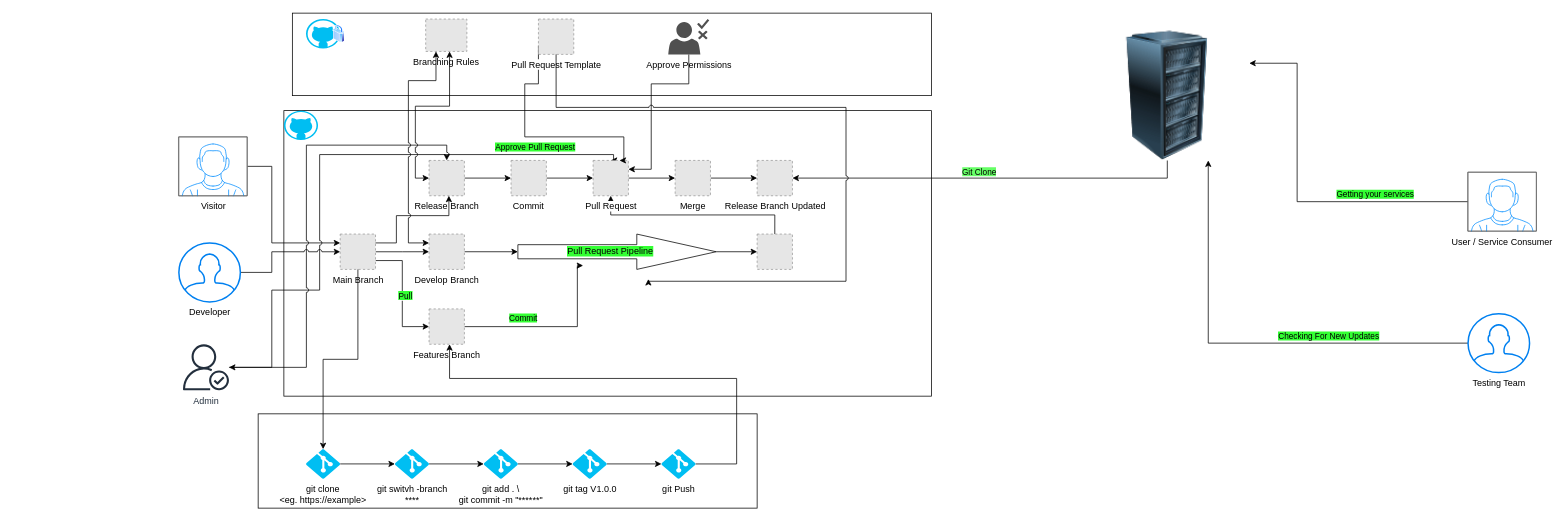
Earlier version of the draw.io diagram TernKey_GitHub.drawio (kir-hakeem/architecture-designs). Source tidied: cells renumbered, new cells numbered last; positions are measured from the earlier drawing's top-left corner, leaving out a move shared by most shapes. Both pictures are drawn from the tidied source at 75%, with x=0, y=0 at pixel (178, 13). Pictures stored in the file or linked from it are replaced by grey dashed boxes.
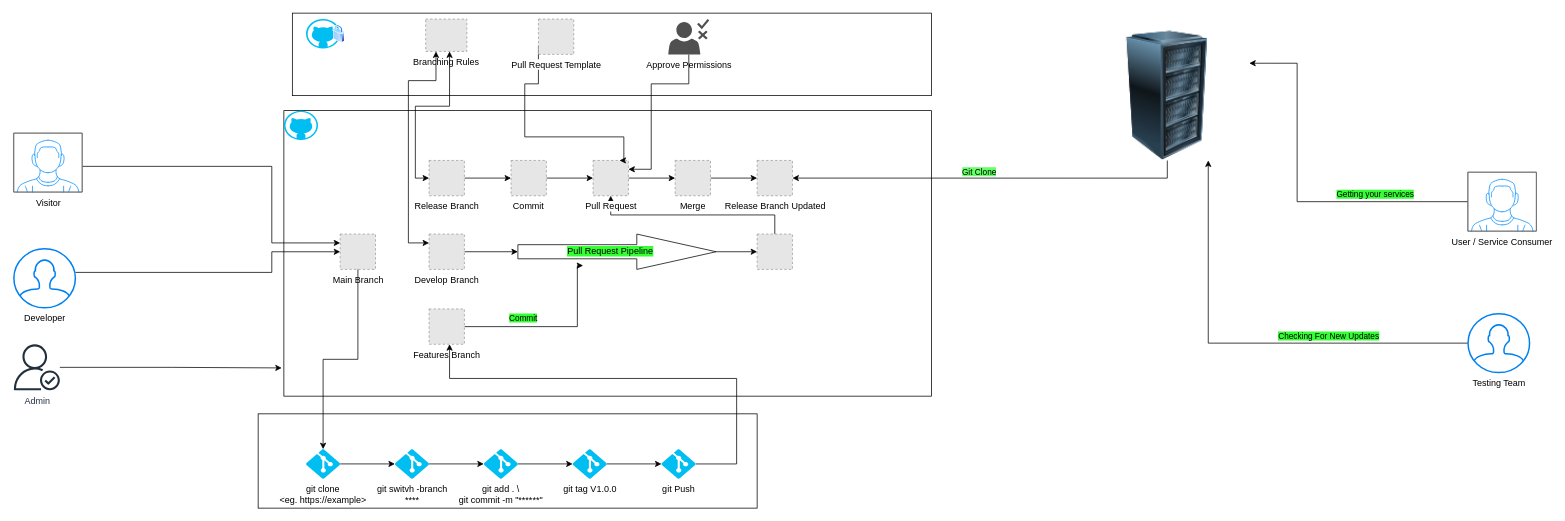
The same diagram, later.

Unchanged cells that the change refers to:
```xml
<mxCell id="2" value="empla" style="rounded=0;whiteSpace=wrap;html=1;fillColor=default;strokeColor=default;perimeterSpacing=2;" parent="1" vertex="1">
  <mxGeometry x="140" y="130" width="863.4" height="380.7" as="geometry" />
</mxCell>
<mxCell id="15" value="Main Branch " style="fillColor=#E6E6E6;strokeColor=#999999;dashed=1;html=1;verticalAlign=top;verticalLabelPosition=bottom;labelBackgroundColor=#ffffff;" parent="1" vertex="1">
  <mxGeometry x="215.1" y="294.6" width="47.1" height="47.1" as="geometry" />
</mxCell>
<mxCell id="17" value="Release Branch" style="fillColor=#E6E6E6;strokeColor=#999999;dashed=1;html=1;verticalAlign=top;verticalLabelPosition=bottom;labelBackgroundColor=#ffffff;" parent="1" vertex="1">
  <mxGeometry x="333.6" y="196.4" width="47.1" height="47.1" as="geometry" />
</mxCell>
<mxCell id="20" value="Develop Branch" style="fillColor=#E6E6E6;strokeColor=#999999;dashed=1;html=1;verticalAlign=top;verticalLabelPosition=bottom;labelBackgroundColor=#ffffff;" parent="1" vertex="1">
  <mxGeometry x="333.6" y="294.6" width="47.1" height="47.1" as="geometry" />
</mxCell>
<mxCell id="23" value="Features Branch" style="fillColor=#E6E6E6;strokeColor=#999999;dashed=1;html=1;verticalAlign=top;verticalLabelPosition=bottom;labelBackgroundColor=#ffffff;" parent="1" vertex="1">
  <mxGeometry x="333.6" y="394.4" width="47.1" height="47.1" as="geometry" />
</mxCell>
<mxCell id="30" value="Pull Request" style="fillColor=#E6E6E6;strokeColor=#999999;dashed=1;html=1;verticalAlign=top;verticalLabelPosition=bottom;labelBackgroundColor=#ffffff;" parent="1" vertex="1">
  <mxGeometry x="552.3" y="196.4" width="47.1" height="47.1" as="geometry" />
</mxCell>
<mxCell id="43" style="shape=singleArrow;whiteSpace=wrap;html=1;arrowWidth=0.4;arrowSize=0.4;verticalAlign=top;labelBackgroundColor=#ffffff;" parent="1" vertex="1">
  <mxGeometry x="452" y="294.6" width="264.3" height="47.1" as="geometry" />
</mxCell>
<mxCell id="52" value="Pull Request Template" style="fillColor=#E6E6E6;strokeColor=#999999;dashed=1;html=1;verticalAlign=top;verticalLabelPosition=bottom;labelBackgroundColor=#ffffff;" parent="1" vertex="1">
  <mxGeometry x="479.4" y="7.9" width="47.1" height="47.1" as="geometry" />
</mxCell>
```

Change to the diagram source:
```diff
@@
     <mxCell id="4" value="&lt;div&gt;Visitor &lt;br&gt;&lt;/div&gt;" style="verticalLabelPosition=bottom;shadow=0;dashed=0;align=center;html=1;verticalAlign=top;strokeWidth=1;shape=mxgraph.mockup.containers.userMale;strokeColor=#666666;strokeColor2=#008cff;" parent="1" vertex="1">
-      <mxGeometry y="165" width="91.1" height="78.6" as="geometry" />
+      <mxGeometry x="-220" y="160" width="91.1" height="78.6" as="geometry" />
     </mxCell>
-    <mxCell id="5" style="edgeStyle=orthogonalEdgeStyle;rounded=0;jettySize=auto;html=1;entryX=0.5;entryY=0;entryDx=0;entryDy=0;jumpStyle=arc;startArrow=classic;startFill=1;endArrow=classic;endFill=1;" parent="1" edge="1" source="8" target="30">
-      <mxGeometry relative="1" as="geometry">
-        <Array as="points">
-          <mxPoint x="123.9" y="472.2" />
-          <mxPoint x="123.9" y="369.3" />
-          <mxPoint x="187.7" y="369.3" />
-          <mxPoint x="187.7" y="188.6" />
-          <mxPoint x="579.6" y="188.6" />
-        </Array>
-      </mxGeometry>
-    </mxCell>
-    <mxCell id="6" value="&lt;div&gt;&lt;span style=&quot;background-color: rgb(51, 255, 51);&quot;&gt;Approve Pull Request&lt;/span&gt;&lt;/div&gt;" style="edgeLabel;html=1;align=center;verticalAlign=middle;" parent="5" vertex="1">
-      <mxGeometry x="0.39" y="-3" relative="1" as="geometry">
-        <mxPoint x="129" y="-13" as="offset" />
-      </mxGeometry>
-    </mxCell>
-    <mxCell id="7" style="edgeStyle=orthogonalEdgeStyle;rounded=0;jettySize=auto;html=1;entryX=0.5;entryY=0;entryDx=0;entryDy=0;jumpStyle=arc;" parent="1" edge="1" source="8" target="17">
-      <mxGeometry relative="1" as="geometry">
-        <Array as="points">
-          <mxPoint x="170" y="472" />
-          <mxPoint x="170" y="176" />
-          <mxPoint x="357" y="176" />
-        </Array>
-      </mxGeometry>
-    </mxCell>
     <mxCell id="8" value="Admin" style="sketch=0;outlineConnect=0;fontColor=#232F3E;gradientColor=none;fillColor=#232F3D;strokeColor=none;dashed=0;verticalLabelPosition=bottom;verticalAlign=top;align=center;html=1;fontSize=12;fontStyle=0;shape=mxgraph.aws4.authenticated_user;" parent="1" vertex="1">
-      <mxGeometry x="5.5" y="441.6" width="61.3" height="61.3" as="geometry" />
+      <mxGeometry x="-220" y="441.6" width="61.3" height="61.3" as="geometry" />
     </mxCell>
@@
     <mxCell id="10" value="&lt;div&gt;Developer&lt;/div&gt;" style="html=1;verticalLabelPosition=bottom;align=center;labelBackgroundColor=#ffffff;verticalAlign=top;strokeWidth=2;strokeColor=#0080F0;shadow=0;dashed=0;shape=mxgraph.ios7.icons.user;" parent="1" vertex="1">
-      <mxGeometry y="306.4" width="82" height="78.6" as="geometry" />
+      <mxGeometry x="-220" y="314.3" width="82" height="78.6" as="geometry" />
     </mxCell>
@@
-    <mxCell id="12" style="edgeStyle=orthogonalEdgeStyle;rounded=0;jettySize=auto;html=1;entryX=0;entryY=0.5;entryDx=0;entryDy=0;" parent="1" edge="1" source="15" target="20">
-      <mxGeometry relative="1" as="geometry" />
-    </mxCell>
-    <mxCell id="13" style="edgeStyle=orthogonalEdgeStyle;rounded=0;jettySize=auto;html=1;exitX=1;exitY=0.75;exitDx=0;exitDy=0;entryX=0;entryY=0.5;entryDx=0;entryDy=0;" parent="1" edge="1" source="15" target="23">
-      <mxGeometry relative="1" as="geometry" />
-    </mxCell>
-    <mxCell id="14" value="&lt;span style=&quot;background-color: rgb(51, 255, 51);&quot;&gt;Pull &lt;/span&gt;" style="edgeLabel;html=1;align=center;verticalAlign=middle;" parent="13" vertex="1">
-      <mxGeometry x="0.03" y="4" relative="1" as="geometry" />
-    </mxCell>
@@
-    <mxCell id="18" style="edgeStyle=orthogonalEdgeStyle;rounded=0;jettySize=auto;html=1;exitX=1;exitY=0.25;exitDx=0;exitDy=0;" parent="1" edge="1" source="15" target="17">
-      <mxGeometry relative="1" as="geometry">
-        <Array as="points">
-          <mxPoint x="290" y="306" />
-          <mxPoint x="290" y="270" />
-          <mxPoint x="360" y="270" />
-        </Array>
-      </mxGeometry>
-    </mxCell>
@@
-    <mxCell id="55" style="edgeStyle=orthogonalEdgeStyle;rounded=0;jettySize=auto;html=1;exitX=0.5;exitY=1;exitDx=0;exitDy=0;entryX=0;entryY=0;entryDx=174;entryDy=60;entryPerimeter=0;jumpStyle=arc;" parent="1" edge="1" source="52" target="43">
-      <mxGeometry relative="1" as="geometry">
-        <Array as="points">
-          <mxPoint x="506.7" y="125.7" />
-          <mxPoint x="889.5" y="125.7" />
-          <mxPoint x="889.5" y="357.5" />
-          <mxPoint x="610.6" y="357.5" />
-        </Array>
-      </mxGeometry>
-    </mxCell>
@@
+    <mxCell id="68" style="edgeStyle=orthogonalEdgeStyle;rounded=0;jettySize=auto;html=1;entryX=-0.001;entryY=0.897;entryDx=0;entryDy=0;entryPerimeter=0;" parent="1" edge="1" source="8" target="2">
+      <mxGeometry relative="1" as="geometry" />
+    </mxCell>
```
